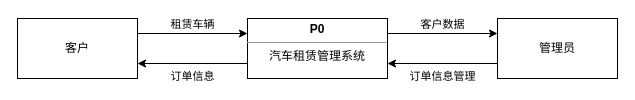
Earlier version of the draw.io diagram 未命名绘图.drawio (syc0403/syc0403). Source tidied: cells renumbered, new cells numbered last; positions are measured from the earlier drawing's top-left corner, leaving out a move shared by most shapes. Both pictures are drawn from the tidied source at 100%, with x=0, y=0 at pixel (17, 18).
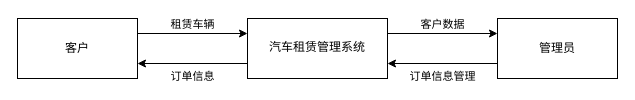
The same diagram, later.

Commit message:
更新未命名绘图.drawio

What changed in the source:
```diff
@@
 <mxGraphModel>
   <root>
     <mxCell id="0" />
     <mxCell id="1" parent="0" />
     <mxCell id="2" value="租赁车辆" style="edgeStyle=orthogonalEdgeStyle;rounded=0;jettySize=auto;html=1;exitX=1;exitY=0.25;exitDx=0;exitDy=0;entryX=0;entryY=0.25;entryDx=0;entryDy=0;verticalAlign=bottom;" parent="1" edge="1" source="3" target="6">
       <mxGeometry relative="1" as="geometry" />
     </mxCell>
     <mxCell id="3" value="客户" style="rounded=0;whiteSpace=wrap;html=1;" parent="1" vertex="1">
       <mxGeometry width="120" height="60" as="geometry" />
     </mxCell>
     <mxCell id="4" value="订单信息" style="edgeStyle=orthogonalEdgeStyle;rounded=0;jettySize=auto;html=1;exitX=0;exitY=0.75;exitDx=0;exitDy=0;entryX=1;entryY=0.75;entryDx=0;entryDy=0;verticalAlign=top;" parent="1" edge="1" source="6" target="3">
       <mxGeometry relative="1" as="geometry" />
     </mxCell>
     <mxCell id="5" value="客户数据" style="edgeStyle=orthogonalEdgeStyle;rounded=0;jettySize=auto;html=1;exitX=1;exitY=0.25;exitDx=0;exitDy=0;entryX=0;entryY=0.25;entryDx=0;entryDy=0;verticalAlign=bottom;" parent="1" edge="1" source="6" target="8">
       <mxGeometry relative="1" as="geometry" />
     </mxCell>
-    <mxCell id="6" value="&lt;p style=&quot;margin:0px;margin-top:4px;text-align:center;&quot;&gt;&lt;b&gt;P0&lt;/b&gt;&lt;/p&gt;&lt;hr size=&quot;1&quot;&gt;&lt;div style=&quot;text-align: center; height: 2px;&quot;&gt;汽车租赁管理系统&lt;/div&gt;" style="verticalAlign=top;align=left;overflow=fill;fontSize=12;fontFamily=Helvetica;html=1;whiteSpace=wrap;" parent="1" vertex="1">
+    <mxCell id="6" value="&lt;p style=&quot;margin:0px;margin-top:4px;text-align:center;&quot;&gt;&lt;/p&gt;&lt;div style=&quot;text-align: center; height: 2px;&quot;&gt;&lt;br&gt;&lt;/div&gt;&lt;div style=&quot;text-align: center; height: 2px;&quot;&gt;&lt;br&gt;&lt;/div&gt;&lt;div style=&quot;text-align: center; height: 2px;&quot;&gt;&lt;br&gt;&lt;/div&gt;&lt;div style=&quot;text-align: center; height: 2px;&quot;&gt;&lt;br&gt;&lt;/div&gt;&lt;div style=&quot;text-align: center; height: 2px;&quot;&gt;&lt;br&gt;&lt;/div&gt;&lt;div style=&quot;text-align: center; height: 2px;&quot;&gt;&lt;br&gt;&lt;/div&gt;&lt;div style=&quot;text-align: center; height: 2px;&quot;&gt;&lt;br&gt;&lt;/div&gt;&lt;div style=&quot;text-align: center; height: 2px;&quot;&gt;&lt;br&gt;&lt;/div&gt;&lt;div style=&quot;text-align: center; height: 2px;&quot;&gt;&lt;br&gt;&lt;/div&gt;&lt;div style=&quot;text-align: center; height: 2px;&quot;&gt;汽车租赁管理系统&lt;/div&gt;" style="verticalAlign=top;align=left;overflow=fill;fontSize=12;fontFamily=Helvetica;html=1;whiteSpace=wrap;" parent="1" vertex="1">
       <mxGeometry x="230" width="140" height="60" as="geometry" />
     </mxCell>
     <mxCell id="7" value="订单信息管理" style="edgeStyle=orthogonalEdgeStyle;rounded=0;jettySize=auto;html=1;exitX=0;exitY=0.75;exitDx=0;exitDy=0;entryX=1;entryY=0.75;entryDx=0;entryDy=0;verticalAlign=top;" parent="1" edge="1" source="8" target="6">
       <mxGeometry relative="1" as="geometry" />
     </mxCell>
     <mxCell id="8" value="管理员" style="rounded=0;whiteSpace=wrap;html=1;" parent="1" vertex="1">
       <mxGeometry x="480" width="120" height="60" as="geometry" />
     </mxCell>
   </root>
 </mxGraphModel>
```
